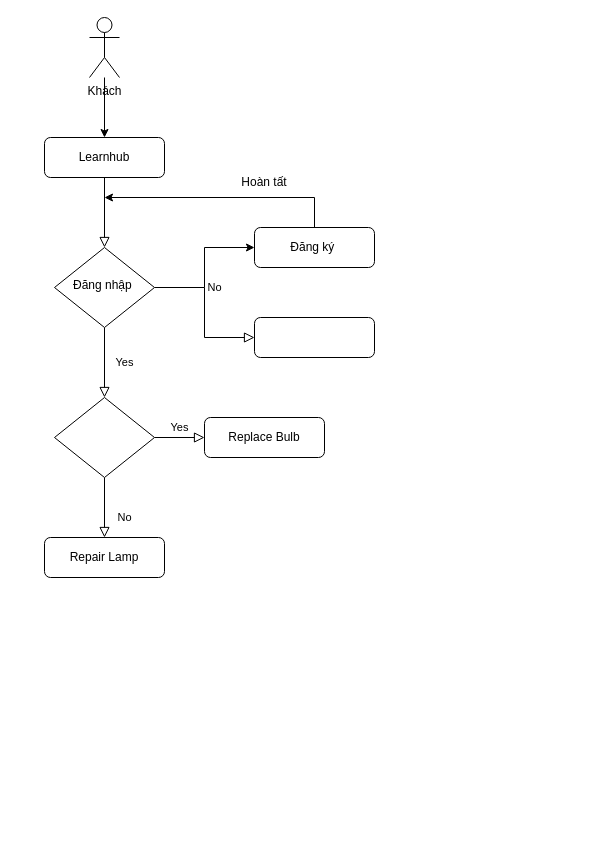
The draw.io diagram User LMS.drawio in yen0309/yen0309, before the edit. Source tidied: cells renumbered, new cells numbered last; positions are measured from the earlier drawing's top-left corner, leaving out a move shared by most shapes. Both pictures are drawn from the tidied source at 100%, with x=0, y=0 at pixel (44, 17).
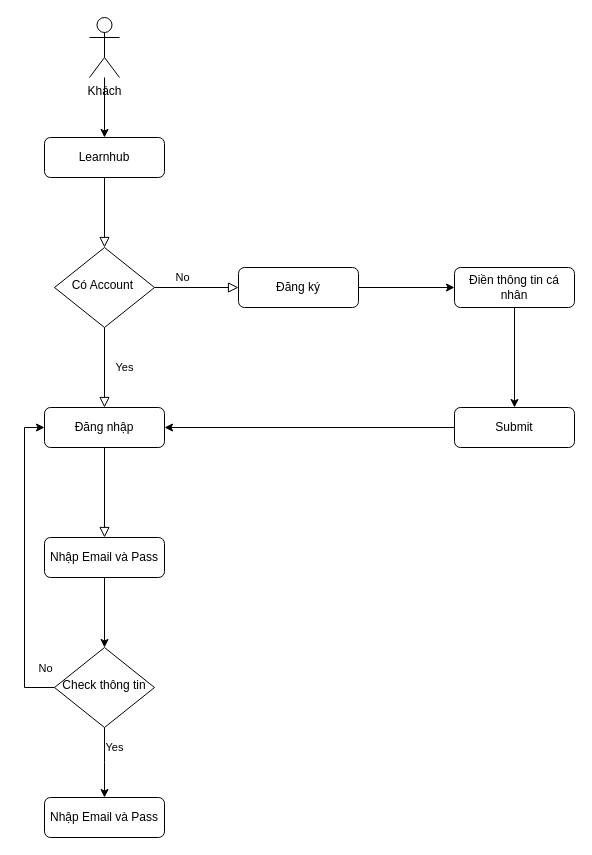
Above is the later version.

Diff of the diagram source:
```diff
@@
-    <mxCell id="4" value="Yes" style="rounded=0;html=1;jettySize=auto;fontSize=11;endArrow=block;endFill=0;endSize=8;strokeWidth=1;shadow=0;labelBackgroundColor=none;edgeStyle=orthogonalEdgeStyle;" parent="1" edge="1" source="6" target="10">
+    <mxCell id="4" value="Yes" style="rounded=0;html=1;jettySize=auto;fontSize=11;endArrow=block;endFill=0;endSize=8;strokeWidth=1;shadow=0;labelBackgroundColor=none;edgeStyle=orthogonalEdgeStyle;entryX=0.5;entryY=0;entryDx=0;entryDy=0;" parent="1" edge="1" source="6" target="28">
       <mxGeometry y="20" relative="1" as="geometry" />
     </mxCell>
@@
-    <mxCell id="6" value="Đăng nhập&amp;nbsp;" style="rhombus;whiteSpace=wrap;html=1;shadow=0;fontFamily=Helvetica;fontSize=12;align=center;strokeWidth=1;spacing=6;spacingTop=-4;" parent="1" vertex="1">
+    <mxCell id="6" value="Có Account&amp;nbsp;" style="rhombus;whiteSpace=wrap;html=1;shadow=0;fontFamily=Helvetica;fontSize=12;align=center;strokeWidth=1;spacing=6;spacingTop=-4;" parent="1" vertex="1">
       <mxGeometry x="10" y="230" width="100" height="80" as="geometry" />
     </mxCell>
+    <mxCell id="19" style="edgeStyle=orthogonalEdgeStyle;rounded=0;jettySize=auto;html=1;exitX=1;exitY=0.5;exitDx=0;exitDy=0;" parent="1" edge="1" source="7" target="22">
+      <mxGeometry relative="1" as="geometry" />
+    </mxCell>
-    <mxCell id="7" style="rounded=1;whiteSpace=wrap;html=1;fontSize=12;glass=0;strokeWidth=1;shadow=0;" parent="1" vertex="1">
-      <mxGeometry x="210" y="300" width="120" height="40" as="geometry" />
+    <mxCell id="7" value="Đăng ký" style="rounded=1;whiteSpace=wrap;html=1;fontSize=12;glass=0;strokeWidth=1;shadow=0;" parent="1" vertex="1">
+      <mxGeometry x="194" y="250" width="120" height="40" as="geometry" />
     </mxCell>
-    <mxCell id="8" value="No" style="rounded=0;html=1;jettySize=auto;fontSize=11;endArrow=block;endFill=0;endSize=8;strokeWidth=1;shadow=0;labelBackgroundColor=none;edgeStyle=orthogonalEdgeStyle;" parent="1" edge="1" source="10" target="11">
-      <mxGeometry x="0.33" y="20" relative="1" as="geometry" />
+    <mxCell id="8" value="Yes" style="rounded=0;html=1;jettySize=auto;fontSize=11;endArrow=block;endFill=0;endSize=8;strokeWidth=1;shadow=0;labelBackgroundColor=none;edgeStyle=orthogonalEdgeStyle;exitX=0.5;exitY=1;exitDx=0;exitDy=0;" parent="1" edge="1" source="28" target="11">
+      <mxGeometry x="1" y="210" relative="1" as="geometry">
+        <mxPoint x="-200" y="210" as="offset" />
+      </mxGeometry>
     </mxCell>
-    <mxCell id="9" value="Yes" style="edgeStyle=orthogonalEdgeStyle;rounded=0;html=1;jettySize=auto;fontSize=11;endArrow=block;endFill=0;endSize=8;strokeWidth=1;shadow=0;labelBackgroundColor=none;" parent="1" edge="1" source="10" target="12">
-      <mxGeometry y="10" relative="1" as="geometry" />
-    </mxCell>
-    <mxCell id="10" style="rhombus;whiteSpace=wrap;html=1;shadow=0;fontFamily=Helvetica;fontSize=12;align=center;strokeWidth=1;spacing=6;spacingTop=-4;" parent="1" vertex="1">
-      <mxGeometry x="10" y="380" width="100" height="80" as="geometry" />
-    </mxCell>
+    <mxCell id="20" style="edgeStyle=orthogonalEdgeStyle;rounded=0;jettySize=auto;html=1;entryX=0.5;entryY=0;entryDx=0;entryDy=0;" parent="1" edge="1" source="11" target="26">
+      <mxGeometry relative="1" as="geometry" />
+    </mxCell>
-    <mxCell id="11" value="Repair Lamp" style="rounded=1;whiteSpace=wrap;html=1;fontSize=12;glass=0;strokeWidth=1;shadow=0;" parent="1" vertex="1">
+    <mxCell id="11" value="Nhập Email và Pass" style="rounded=1;whiteSpace=wrap;html=1;fontSize=12;glass=0;strokeWidth=1;shadow=0;" parent="1" vertex="1">
       <mxGeometry y="520" width="120" height="40" as="geometry" />
     </mxCell>
-    <mxCell id="12" value="Replace Bulb" style="rounded=1;whiteSpace=wrap;html=1;fontSize=12;glass=0;strokeWidth=1;shadow=0;" parent="1" vertex="1">
-      <mxGeometry x="160" y="400" width="120" height="40" as="geometry" />
+    <mxCell id="12" value="Submit" style="rounded=1;whiteSpace=wrap;html=1;fontSize=12;glass=0;strokeWidth=1;shadow=0;" parent="1" vertex="1">
+      <mxGeometry x="410" y="390" width="120" height="40" as="geometry" />
     </mxCell>
@@
-    <mxCell id="15" style="edgeStyle=orthogonalEdgeStyle;rounded=0;jettySize=auto;html=1;" parent="1" edge="1" source="16">
-      <mxGeometry relative="1" as="geometry">
-        <mxPoint x="60" y="180" as="targetPoint" />
-        <Array as="points">
-          <mxPoint x="270" y="180" />
-        </Array>
-      </mxGeometry>
-    </mxCell>
-    <mxCell id="16" value="Đăng ký&amp;nbsp;" style="rounded=1;whiteSpace=wrap;html=1;fontSize=12;glass=0;strokeWidth=1;shadow=0;" parent="1" vertex="1">
-      <mxGeometry x="210" y="210" width="120" height="40" as="geometry" />
-    </mxCell>
-    <mxCell id="17" style="endArrow=classic;html=1;rounded=0;entryX=0;entryY=0.5;entryDx=0;entryDy=0;" parent="1" edge="1" target="16">
-      <mxGeometry relative="1" as="geometry">
-        <mxPoint x="160" y="270" as="sourcePoint" />
-        <Array as="points">
-          <mxPoint x="160" y="230" />
-        </Array>
-      </mxGeometry>
-    </mxCell>
-    <mxCell id="18" value="Hoàn tất" style="text;html=1;strokeColor=none;fillColor=none;align=center;verticalAlign=middle;whiteSpace=wrap;rounded=0;" parent="1" vertex="1">
-      <mxGeometry x="190" y="150" width="60" height="30" as="geometry" />
-    </mxCell>
+    <mxCell id="21" style="edgeStyle=orthogonalEdgeStyle;rounded=0;jettySize=auto;html=1;entryX=0.5;entryY=0;entryDx=0;entryDy=0;" parent="1" edge="1" source="22" target="12">
+      <mxGeometry relative="1" as="geometry" />
+    </mxCell>
+    <mxCell id="22" value="Điền thông tin cá nhân" style="rounded=1;whiteSpace=wrap;html=1;fontSize=12;glass=0;strokeWidth=1;shadow=0;" parent="1" vertex="1">
+      <mxGeometry x="410" y="250" width="120" height="40" as="geometry" />
+    </mxCell>
+    <mxCell id="23" style="edgeStyle=orthogonalEdgeStyle;rounded=0;jettySize=auto;html=1;" parent="1" edge="1" source="26">
+      <mxGeometry relative="1" as="geometry">
+        <mxPoint x="60" y="780" as="targetPoint" />
+      </mxGeometry>
+    </mxCell>
+    <mxCell id="24" style="edgeStyle=orthogonalEdgeStyle;rounded=0;jettySize=auto;html=1;entryX=0;entryY=0.5;entryDx=0;entryDy=0;" parent="1" edge="1" source="26" target="28">
+      <mxGeometry relative="1" as="geometry">
+        <Array as="points">
+          <mxPoint x="-20" y="670" />
+          <mxPoint x="-20" y="410" />
+        </Array>
+      </mxGeometry>
+    </mxCell>
+    <mxCell id="25" value="No" style="edgeLabel;html=1;align=center;verticalAlign=middle;" parent="24" vertex="1">
+      <mxGeometry x="-0.18" y="2" relative="1" as="geometry">
+        <mxPoint x="22" y="77" as="offset" />
+      </mxGeometry>
+    </mxCell>
+    <mxCell id="26" value="Check thông tin" style="rhombus;whiteSpace=wrap;html=1;shadow=0;fontFamily=Helvetica;fontSize=12;align=center;strokeWidth=1;spacing=6;spacingTop=-4;" parent="1" vertex="1">
+      <mxGeometry x="10" y="630" width="100" height="80" as="geometry" />
+    </mxCell>
+    <mxCell id="27" style="edgeStyle=orthogonalEdgeStyle;rounded=0;jettySize=auto;html=1;exitX=0;exitY=0.5;exitDx=0;exitDy=0;" parent="1" edge="1" source="12" target="28">
+      <mxGeometry relative="1" as="geometry" />
+    </mxCell>
+    <mxCell id="28" value="Đăng nhập" style="rounded=1;whiteSpace=wrap;html=1;fontSize=12;glass=0;strokeWidth=1;shadow=0;" parent="1" vertex="1">
+      <mxGeometry y="390" width="120" height="40" as="geometry" />
+    </mxCell>
+    <mxCell id="29" value="Nhập Email và Pass" style="rounded=1;whiteSpace=wrap;html=1;fontSize=12;glass=0;strokeWidth=1;shadow=0;" parent="1" vertex="1">
+      <mxGeometry y="780" width="120" height="40" as="geometry" />
+    </mxCell>
```
